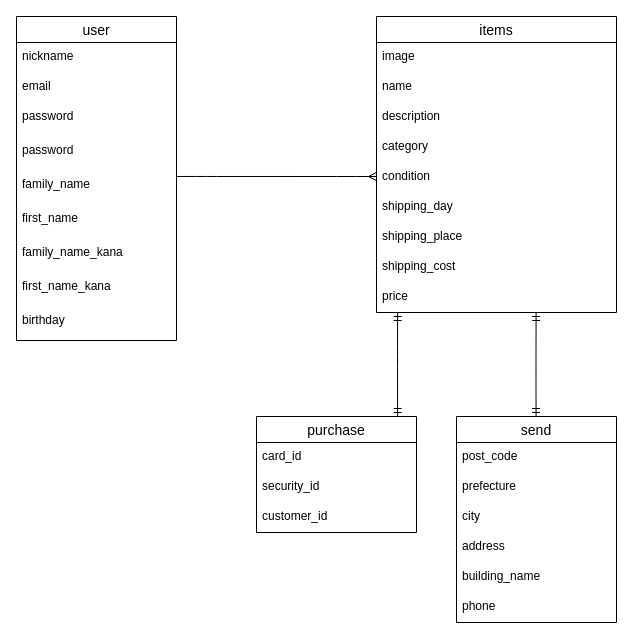
Earlier version of the draw.io diagram test.dio (naoki1022/furima-35481). Source tidied: cells renumbered, new cells numbered last; positions are measured from the earlier drawing's top-left corner, leaving out a move shared by most shapes. Both pictures are drawn from the tidied source at 100%, with x=0, y=0 at pixel (16, 16).
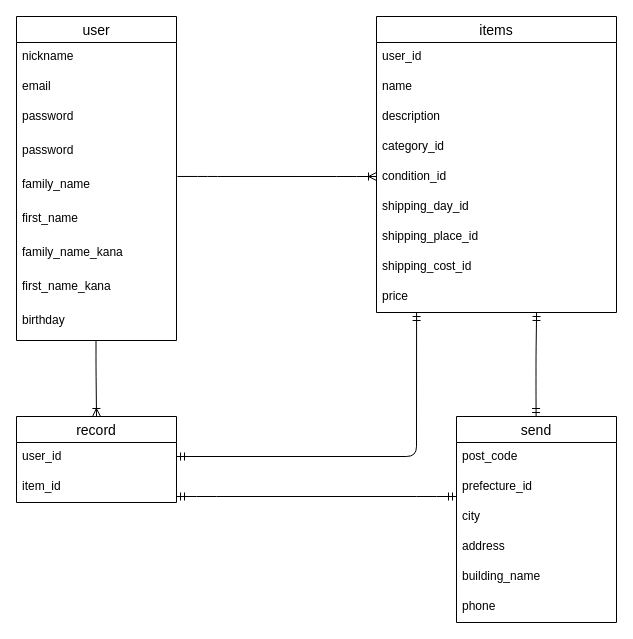
Above is the later version.

The change refers to these unchanged cells:
```xml
<mxCell id="7" value="family_name" style="text;strokeColor=none;fillColor=none;spacingLeft=4;spacingRight=4;overflow=hidden;points=[[0,0.5],[1,0.5]];portConstraint=eastwest;fontSize=12;" parent="2" vertex="1">
  <mxGeometry y="154" width="160" height="34" as="geometry" />
</mxCell>
<mxCell id="12" value="items" style="swimlane;fontStyle=0;horizontal=1;startSize=26;align=center;fontSize=14;" parent="1" vertex="1">
  <mxGeometry x="360" width="240" height="296" as="geometry" />
</mxCell>
<mxCell id="21" value="price" style="text;strokeColor=none;fillColor=none;spacingLeft=4;spacingRight=4;overflow=hidden;points=[[0,0.5],[1,0.5]];portConstraint=eastwest;fontSize=12;" parent="12" vertex="1">
  <mxGeometry y="266" width="240" height="30" as="geometry" />
</mxCell>
<mxCell id="26" value="send" style="swimlane;fontStyle=0;horizontal=1;startSize=26;align=center;fontSize=14;" parent="1" vertex="1">
  <mxGeometry x="440" y="400" width="160" height="206" as="geometry" />
</mxCell>
```

What changed in the source:
```diff
@@
-    <mxCell id="13" value="image" style="text;strokeColor=none;fillColor=none;spacingLeft=4;spacingRight=4;overflow=hidden;fontSize=12;" parent="12" vertex="1">
-      <mxGeometry y="26" width="240" height="30" as="geometry" />
-    </mxCell>
+    <mxCell id="36" value="user_id" style="text;strokeColor=none;fillColor=none;spacingLeft=4;spacingRight=4;overflow=hidden;fontSize=12;" parent="12" vertex="1">
+      <mxGeometry y="26" width="240" height="30" as="geometry" />
+    </mxCell>
@@
-    <mxCell id="16" value="category&#10;" style="text;strokeColor=none;fillColor=none;spacingLeft=4;spacingRight=4;overflow=hidden;fontSize=12;" parent="12" vertex="1">
+    <mxCell id="16" value="category_id&#10;" style="text;strokeColor=none;fillColor=none;spacingLeft=4;spacingRight=4;overflow=hidden;fontSize=12;" parent="12" vertex="1">
       <mxGeometry y="116" width="240" height="30" as="geometry" />
     </mxCell>
-    <mxCell id="17" value="condition&#10;" style="text;strokeColor=none;fillColor=none;spacingLeft=4;spacingRight=4;overflow=hidden;fontSize=12;" parent="12" vertex="1">
+    <mxCell id="17" value="condition_id&#10;" style="text;strokeColor=none;fillColor=none;spacingLeft=4;spacingRight=4;overflow=hidden;fontSize=12;" parent="12" vertex="1">
       <mxGeometry y="146" width="240" height="30" as="geometry" />
     </mxCell>
-    <mxCell id="18" value="shipping_day" style="text;strokeColor=none;fillColor=none;spacingLeft=4;spacingRight=4;overflow=hidden;fontSize=12;" parent="12" vertex="1">
+    <mxCell id="18" value="shipping_day_id" style="text;strokeColor=none;fillColor=none;spacingLeft=4;spacingRight=4;overflow=hidden;fontSize=12;" parent="12" vertex="1">
       <mxGeometry y="176" width="240" height="30" as="geometry" />
     </mxCell>
-    <mxCell id="19" value="shipping_place" style="text;strokeColor=none;fillColor=none;spacingLeft=4;spacingRight=4;overflow=hidden;fontSize=12;" parent="12" vertex="1">
+    <mxCell id="19" value="shipping_place_id" style="text;strokeColor=none;fillColor=none;spacingLeft=4;spacingRight=4;overflow=hidden;fontSize=12;" parent="12" vertex="1">
       <mxGeometry y="206" width="240" height="30" as="geometry" />
     </mxCell>
-    <mxCell id="20" value="shipping_cost" style="text;strokeColor=none;fillColor=none;spacingLeft=4;spacingRight=4;overflow=hidden;fontSize=12;" parent="12" vertex="1">
+    <mxCell id="20" value="shipping_cost_id" style="text;strokeColor=none;fillColor=none;spacingLeft=4;spacingRight=4;overflow=hidden;fontSize=12;" parent="12" vertex="1">
       <mxGeometry y="236" width="240" height="30" as="geometry" />
     </mxCell>
@@
-    <mxCell id="22" value="purchase" style="swimlane;fontStyle=0;horizontal=1;startSize=26;align=center;fontSize=14;" parent="1" vertex="1">
-      <mxGeometry x="240" y="400" width="160" height="116" as="geometry" />
-    </mxCell>
-    <mxCell id="23" value="card_id" style="text;strokeColor=none;fillColor=none;spacingLeft=4;spacingRight=4;overflow=hidden;fontSize=12;" parent="22" vertex="1">
-      <mxGeometry y="26" width="160" height="30" as="geometry" />
-    </mxCell>
-    <mxCell id="24" value="security_id" style="text;strokeColor=none;fillColor=none;spacingLeft=4;spacingRight=4;overflow=hidden;fontSize=12;" parent="22" vertex="1">
-      <mxGeometry y="56" width="160" height="30" as="geometry" />
-    </mxCell>
-    <mxCell id="25" value="customer_id" style="text;strokeColor=none;fillColor=none;spacingLeft=4;spacingRight=4;overflow=hidden;fontSize=12;" parent="22" vertex="1">
-      <mxGeometry y="86" width="160" height="30" as="geometry" />
-    </mxCell>
@@
-    <mxCell id="28" value="prefecture" style="text;strokeColor=none;fillColor=none;spacingLeft=4;spacingRight=4;overflow=hidden;points=[[0,0.5],[1,0.5]];portConstraint=eastwest;fontSize=12;" parent="26" vertex="1">
+    <mxCell id="28" value="prefecture_id" style="text;strokeColor=none;fillColor=none;spacingLeft=4;spacingRight=4;overflow=hidden;points=[[0,0.5],[1,0.5]];portConstraint=eastwest;fontSize=12;" parent="26" vertex="1">
       <mxGeometry y="56" width="160" height="30" as="geometry" />
     </mxCell>
@@
-    <mxCell id="33" style="fontSize=12;html=1;endArrow=ERmandOne;startArrow=ERmandOne;entryX=0.088;entryY=1;entryDx=0;entryDy=0;entryPerimeter=0;exitX=0.882;exitY=0;exitDx=0;exitDy=0;exitPerimeter=0;" parent="1" edge="1" source="22" target="21">
-      <mxGeometry relative="1" as="geometry">
-        <Array as="points">
-          <mxPoint x="381" y="340" />
-        </Array>
-      </mxGeometry>
-    </mxCell>
-    <mxCell id="34" style="fontSize=12;html=1;endArrow=ERmandOne;startArrow=ERmandOne;entryX=0.088;entryY=1;entryDx=0;entryDy=0;entryPerimeter=0;exitX=0.882;exitY=0;exitDx=0;exitDy=0;exitPerimeter=0;" parent="1" edge="1">
+    <mxCell id="34" style="fontSize=12;html=1;endArrow=ERmandOne;startArrow=ERmandOne;exitX=0.882;exitY=0;exitDx=0;exitDy=0;exitPerimeter=0;entryX=0.667;entryY=1;entryDx=0;entryDy=0;entryPerimeter=0;" parent="1" edge="1" target="21">
       <mxGeometry relative="1" as="geometry">
         <mxPoint x="519.6" y="400" as="sourcePoint" />
-        <mxPoint x="519.6" y="296" as="targetPoint" />
         <Array as="points">
           <mxPoint x="519.5" y="370" />
           <mxPoint x="519.5" y="340" />
         </Array>
       </mxGeometry>
     </mxCell>
-    <mxCell id="35" style="edgeStyle=entityRelationEdgeStyle;fontSize=12;html=1;endArrow=ERmany;exitX=1;exitY=0.176;exitDx=0;exitDy=0;exitPerimeter=0;" parent="1" edge="1" source="7">
-      <mxGeometry relative="1" as="geometry">
-        <mxPoint x="360" y="160" as="targetPoint" />
-      </mxGeometry>
-    </mxCell>
+    <mxCell id="37" value="record" style="swimlane;fontStyle=0;horizontal=1;startSize=26;align=center;fontSize=14;" parent="1" vertex="1">
+      <mxGeometry y="400" width="160" height="86" as="geometry" />
+    </mxCell>
+    <mxCell id="38" value="user_id" style="text;strokeColor=none;fillColor=none;spacingLeft=4;spacingRight=4;overflow=hidden;fontSize=12;" parent="37" vertex="1">
+      <mxGeometry y="26" width="160" height="30" as="geometry" />
+    </mxCell>
+    <mxCell id="39" value="item_id" style="text;strokeColor=none;fillColor=none;spacingLeft=4;spacingRight=4;overflow=hidden;fontSize=12;" parent="37" vertex="1">
+      <mxGeometry y="56" width="160" height="30" as="geometry" />
+    </mxCell>
+    <mxCell id="40" style="edgeStyle=entityRelationEdgeStyle;fontSize=12;html=1;endArrow=ERmandOne;startArrow=ERmandOne;entryX=0;entryY=0.8;entryDx=0;entryDy=0;entryPerimeter=0;" parent="1" edge="1" target="28">
+      <mxGeometry relative="1" as="geometry">
+        <mxPoint x="160" y="480" as="sourcePoint" />
+      </mxGeometry>
+    </mxCell>
+    <mxCell id="41" style="edgeStyle=entityRelationEdgeStyle;fontSize=12;html=1;endArrow=ERoneToMany;exitX=1.006;exitY=0.176;exitDx=0;exitDy=0;exitPerimeter=0;" parent="1" edge="1" source="7">
+      <mxGeometry relative="1" as="geometry">
+        <mxPoint x="360" y="160" as="targetPoint" />
+      </mxGeometry>
+    </mxCell>
+    <mxCell id="42" style="edgeStyle=orthogonalEdgeStyle;fontSize=12;html=1;endArrow=ERoneToMany;" parent="1" edge="1">
+      <mxGeometry relative="1" as="geometry">
+        <mxPoint x="79.5" y="324" as="sourcePoint" />
+        <mxPoint x="80" y="400" as="targetPoint" />
+        <Array as="points">
+          <mxPoint x="80" y="350" />
+          <mxPoint x="80" y="350" />
+        </Array>
+      </mxGeometry>
+    </mxCell>
+    <mxCell id="43" style="fontSize=12;html=1;endArrow=ERmandOne;startArrow=ERmandOne;entryX=0.167;entryY=1;entryDx=0;entryDy=0;entryPerimeter=0;" parent="1" edge="1" target="21">
+      <mxGeometry relative="1" as="geometry">
+        <mxPoint x="160" y="440" as="sourcePoint" />
+        <Array as="points">
+          <mxPoint x="400" y="440" />
+        </Array>
+      </mxGeometry>
+    </mxCell>
```
